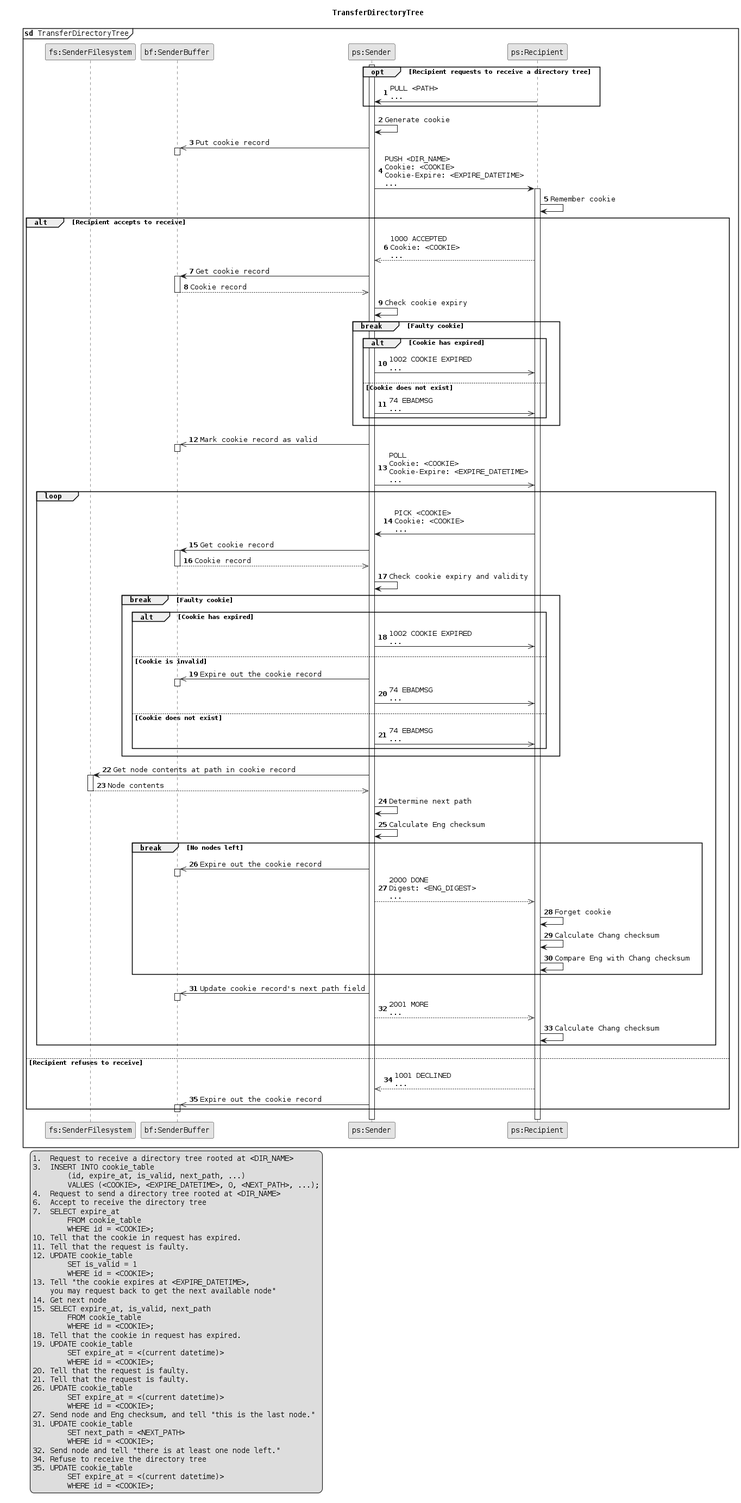
naiithink/pastree keeps this PlantUML diagram as docs/figures/dxp-transfer-directory-tree.png. Above is the earlier version. The source it was exported from:
```plantuml
@startuml
!pragma teoz true
skinparam monochrome true
skinparam defaultFontName Courier

title TransferDirectoryTree
mainframe **sd** TransferDirectoryTree

participant "fs:SenderFilesystem" as SenderFS
participant "bf:SenderBuffer" as SenderBF
participant "ps:Sender" as Sender
participant "ps:Recipient" as Recipient

autonumber

legend bottom left
1.  Request to receive a directory tree rooted at <DIR_NAME>
3.  INSERT INTO cookie_table
        (id, expire_at, is_valid, next_path, ...)
        VALUES (<COOKIE>, <EXPIRE_DATETIME>, 0, <NEXT_PATH>, ...);
4.  Request to send a directory tree rooted at <DIR_NAME>
6.  Accept to receive the directory tree
7.  SELECT expire_at
        FROM cookie_table
        WHERE id = <COOKIE>;
10. Tell that the cookie in request has expired.
11. Tell that the request is faulty.
12. UPDATE cookie_table
        SET is_valid = 1
        WHERE id = <COOKIE>;
13. Tell "the cookie expires at <EXPIRE_DATETIME>,
    you may request back to get the next available node"
14. Get next node
15. SELECT expire_at, is_valid, next_path
        FROM cookie_table
        WHERE id = <COOKIE>;
18. Tell that the cookie in request has expired.
19. UPDATE cookie_table
        SET expire_at = <(current datetime)>
        WHERE id = <COOKIE>;
20. Tell that the request is faulty.
21. Tell that the request is faulty.
26. UPDATE cookie_table
        SET expire_at = <(current datetime)>
        WHERE id = <COOKIE>;
27. Send node and Eng checksum, and tell "this is the last node."
31. UPDATE cookie_table
        SET next_path = <NEXT_PATH>
        WHERE id = <COOKIE>;
32. Send node and tell "there is at least one node left."
34. Refuse to receive the directory tree
35. UPDATE cookie_table
        SET expire_at = <(current datetime)>
        WHERE id = <COOKIE>;
endlegend

activate Sender

opt Recipient requests to receive a directory tree

Recipient -> Sender: PULL <PATH>\n...

end

Sender -> Sender: Generate cookie

Sender ->> SenderBF: Put cookie record
activate SenderBF
deactivate SenderBF

Sender -> Recipient: PUSH <DIR_NAME>\nCookie: <COOKIE>\nCookie-Expire: <EXPIRE_DATETIME>\n...

activate Recipient

Recipient -> Recipient: Remember cookie

alt Recipient accepts to receive

Recipient -->> Sender: 1000 ACCEPTED\nCookie: <COOKIE>\n...

Sender -> SenderBF: Get cookie record
activate SenderBF
SenderBF -->> Sender: Cookie record
deactivate SenderBF

Sender -> Sender: Check cookie expiry

break Faulty cookie

alt Cookie has expired

Sender ->> Recipient: 1002 COOKIE EXPIRED\n...

else Cookie does not exist

Sender ->> Recipient:  74 EBADMSG\n...

end

end

Sender ->> SenderBF: Mark cookie record as valid
activate SenderBF
deactivate SenderBF

Sender ->> Recipient: POLL\nCookie: <COOKIE>\nCookie-Expire: <EXPIRE_DATETIME>\n...

loop

Recipient -> Sender: PICK <COOKIE>\nCookie: <COOKIE>\n...

Sender -> SenderBF: Get cookie record
activate SenderBF
SenderBF -->> Sender: Cookie record
deactivate SenderBF

Sender -> Sender: Check cookie expiry and validity

break Faulty cookie

alt Cookie has expired

Sender ->> Recipient: 1002 COOKIE EXPIRED\n...

else Cookie is invalid

Sender ->> SenderBF: Expire out the cookie record
activate SenderBF
deactivate SenderBF

Sender ->> Recipient: 74 EBADMSG\n...

else Cookie does not exist

Sender ->> Recipient:  74 EBADMSG\n...

end

end

Sender -> SenderFS: Get node contents at path in cookie record
activate SenderFS
SenderFS -->> Sender: Node contents
deactivate SenderFS

Sender -> Sender: Determine next path
Sender -> Sender: Calculate Eng checksum

break No nodes left

Sender ->> SenderBF: Expire out the cookie record
activate SenderBF
deactivate SenderBF

Sender -->> Recipient: 2000 DONE\nDigest: <ENG_DIGEST>\n...
Recipient -> Recipient: Forget cookie
Recipient -> Recipient: Calculate Chang checksum
Recipient -> Recipient: Compare Eng with Chang checksum

end

Sender ->> SenderBF: Update cookie record's next path field
activate SenderBF
deactivate SenderBF

Sender -->> Recipient: 2001 MORE\n...
Recipient -> Recipient: Calculate Chang checksum

end

else Recipient refuses to receive

Recipient -->> Sender: 1001 DECLINED\n...

Sender ->> SenderBF: Expire out the cookie record
activate SenderBF
deactivate SenderBF

end


deactivate Recipient
deactivate Sender
@enduml
```
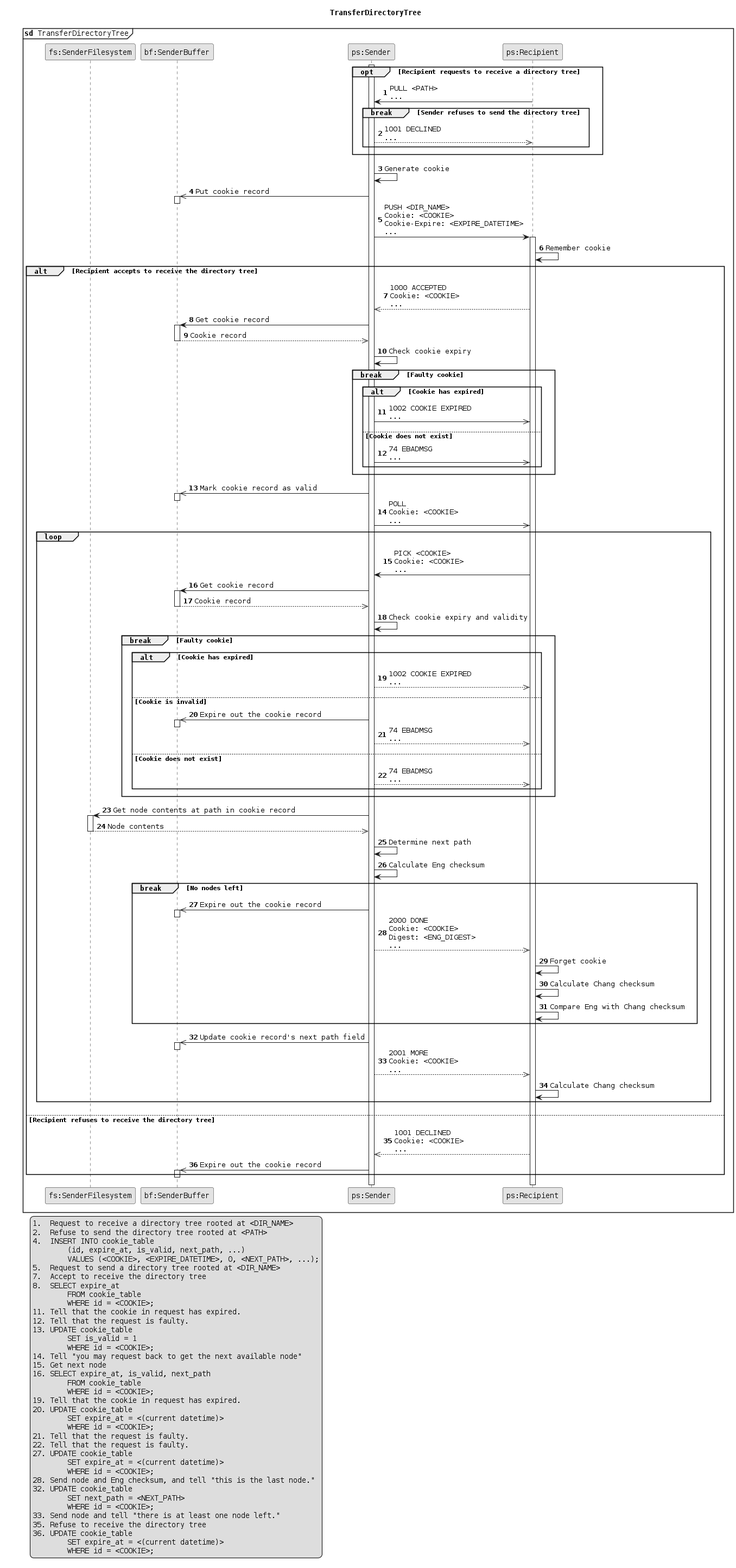
Above is the later version.

The edit, as a diff of the source:
```diff
@@ -15,41 +15,41 @@
 
 legend bottom left
 1.  Request to receive a directory tree rooted at <DIR_NAME>
-3.  INSERT INTO cookie_table
+2.  Refuse to send the directory tree rooted at <PATH>
+4.  INSERT INTO cookie_table
         (id, expire_at, is_valid, next_path, ...)
         VALUES (<COOKIE>, <EXPIRE_DATETIME>, 0, <NEXT_PATH>, ...);
-4.  Request to send a directory tree rooted at <DIR_NAME>
-6.  Accept to receive the directory tree
-7.  SELECT expire_at
+5.  Request to send a directory tree rooted at <DIR_NAME>
+7.  Accept to receive the directory tree
+8.  SELECT expire_at
         FROM cookie_table
         WHERE id = <COOKIE>;
-10. Tell that the cookie in request has expired.
-11. Tell that the request is faulty.
-12. UPDATE cookie_table
+11. Tell that the cookie in request has expired.
+12. Tell that the request is faulty.
+13. UPDATE cookie_table
         SET is_valid = 1
         WHERE id = <COOKIE>;
-13. Tell "the cookie expires at <EXPIRE_DATETIME>,
-    you may request back to get the next available node"
-14. Get next node
-15. SELECT expire_at, is_valid, next_path
+14. Tell "you may request back to get the next available node"
+15. Get next node
+16. SELECT expire_at, is_valid, next_path
         FROM cookie_table
         WHERE id = <COOKIE>;
-18. Tell that the cookie in request has expired.
-19. UPDATE cookie_table
+19. Tell that the cookie in request has expired.
+20. UPDATE cookie_table
         SET expire_at = <(current datetime)>
         WHERE id = <COOKIE>;
-20. Tell that the request is faulty.
 21. Tell that the request is faulty.
-26. UPDATE cookie_table
+22. Tell that the request is faulty.
+27. UPDATE cookie_table
         SET expire_at = <(current datetime)>
         WHERE id = <COOKIE>;
-27. Send node and Eng checksum, and tell "this is the last node."
-31. UPDATE cookie_table
+28. Send node and Eng checksum, and tell "this is the last node."
+32. UPDATE cookie_table
         SET next_path = <NEXT_PATH>
         WHERE id = <COOKIE>;
-32. Send node and tell "there is at least one node left."
-34. Refuse to receive the directory tree
-35. UPDATE cookie_table
+33. Send node and tell "there is at least one node left."
+35. Refuse to receive the directory tree
+36. UPDATE cookie_table
         SET expire_at = <(current datetime)>
         WHERE id = <COOKIE>;
 endlegend
@@ -59,6 +59,12 @@
 opt Recipient requests to receive a directory tree
 
 Recipient -> Sender: PULL <PATH>\n...
+
+break Sender refuses to send the directory tree
+
+Sender -->> Recipient: 1001 DECLINED\n...
+
+end
 
 end
 
@@ -74,7 +80,7 @@
 
 Recipient -> Recipient: Remember cookie
 
-alt Recipient accepts to receive
+alt Recipient accepts to receive the directory tree
 
 Recipient -->> Sender: 1000 ACCEPTED\nCookie: <COOKIE>\n...
 
@@ -103,7 +109,7 @@
 activate SenderBF
 deactivate SenderBF
 
-Sender ->> Recipient: POLL\nCookie: <COOKIE>\nCookie-Expire: <EXPIRE_DATETIME>\n...
+Sender ->> Recipient: POLL\nCookie: <COOKIE>\n...
 
 loop
 
@@ -120,7 +126,7 @@
 
 alt Cookie has expired
 
-Sender ->> Recipient: 1002 COOKIE EXPIRED\n...
+Sender -->> Recipient: 1002 COOKIE EXPIRED\n...
 
 else Cookie is invalid
 
@@ -128,11 +134,11 @@
 activate SenderBF
 deactivate SenderBF
 
-Sender ->> Recipient: 74 EBADMSG\n...
+Sender -->> Recipient: 74 EBADMSG\n...
 
 else Cookie does not exist
 
-Sender ->> Recipient:  74 EBADMSG\n...
+Sender -->> Recipient:  74 EBADMSG\n...
 
 end
 
@@ -152,7 +158,7 @@
 activate SenderBF
 deactivate SenderBF
 
-Sender -->> Recipient: 2000 DONE\nDigest: <ENG_DIGEST>\n...
+Sender -->> Recipient: 2000 DONE\nCookie: <COOKIE>\nDigest: <ENG_DIGEST>\n...
 Recipient -> Recipient: Forget cookie
 Recipient -> Recipient: Calculate Chang checksum
 Recipient -> Recipient: Compare Eng with Chang checksum
@@ -163,14 +169,14 @@
 activate SenderBF
 deactivate SenderBF
 
-Sender -->> Recipient: 2001 MORE\n...
+Sender -->> Recipient: 2001 MORE\nCookie: <COOKIE>\n...
 Recipient -> Recipient: Calculate Chang checksum
 
 end
 
-else Recipient refuses to receive
+else Recipient refuses to receive the directory tree
 
-Recipient -->> Sender: 1001 DECLINED\n...
+Recipient -->> Sender: 1001 DECLINED\nCookie: <COOKIE>\n...
 
 Sender ->> SenderBF: Expire out the cookie record
 activate SenderBF
```
